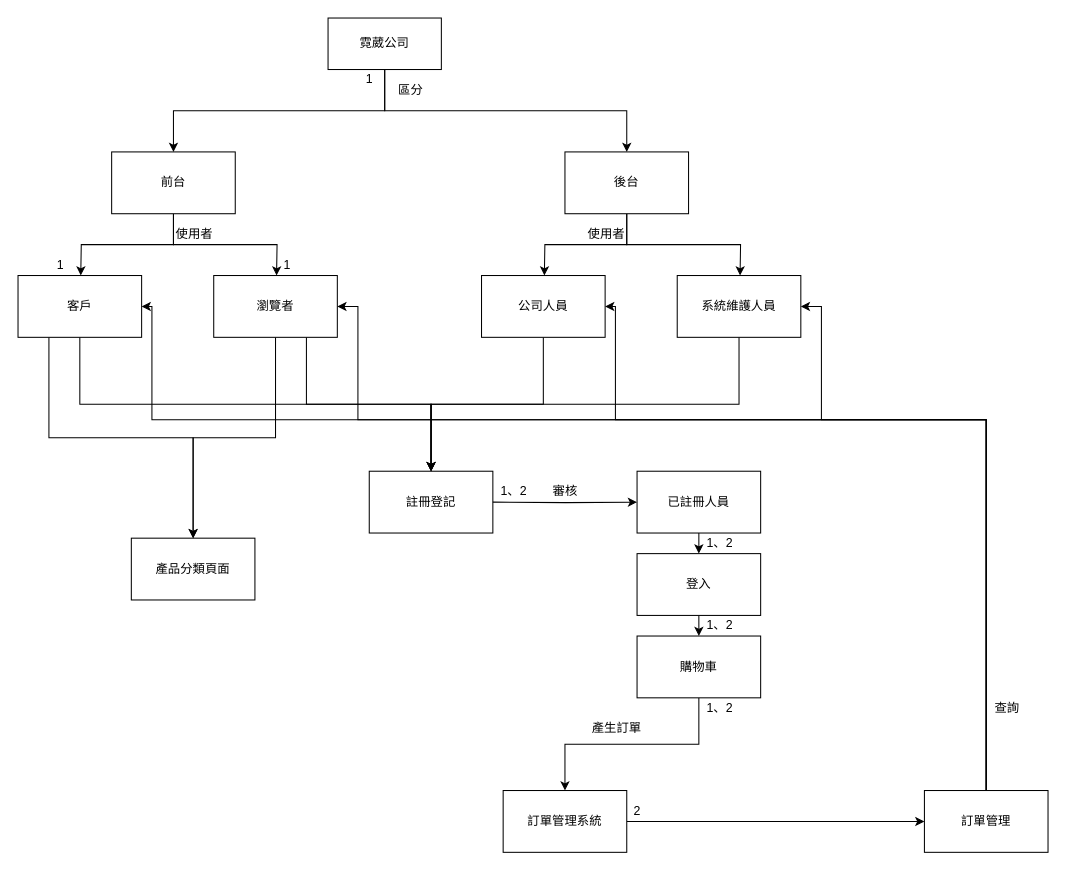
The draw.io diagram page "(d) 小題" (2 of 3) of sample1.drawio in Liyen0502/110-2Mid, before the edit. Source tidied: cells renumbered, new cells numbered last; positions are measured from the earlier drawing's top-left corner, leaving out a move shared by most shapes. Both pictures are drawn from the tidied source at 103%, with x=0, y=0 at pixel (18, 18).
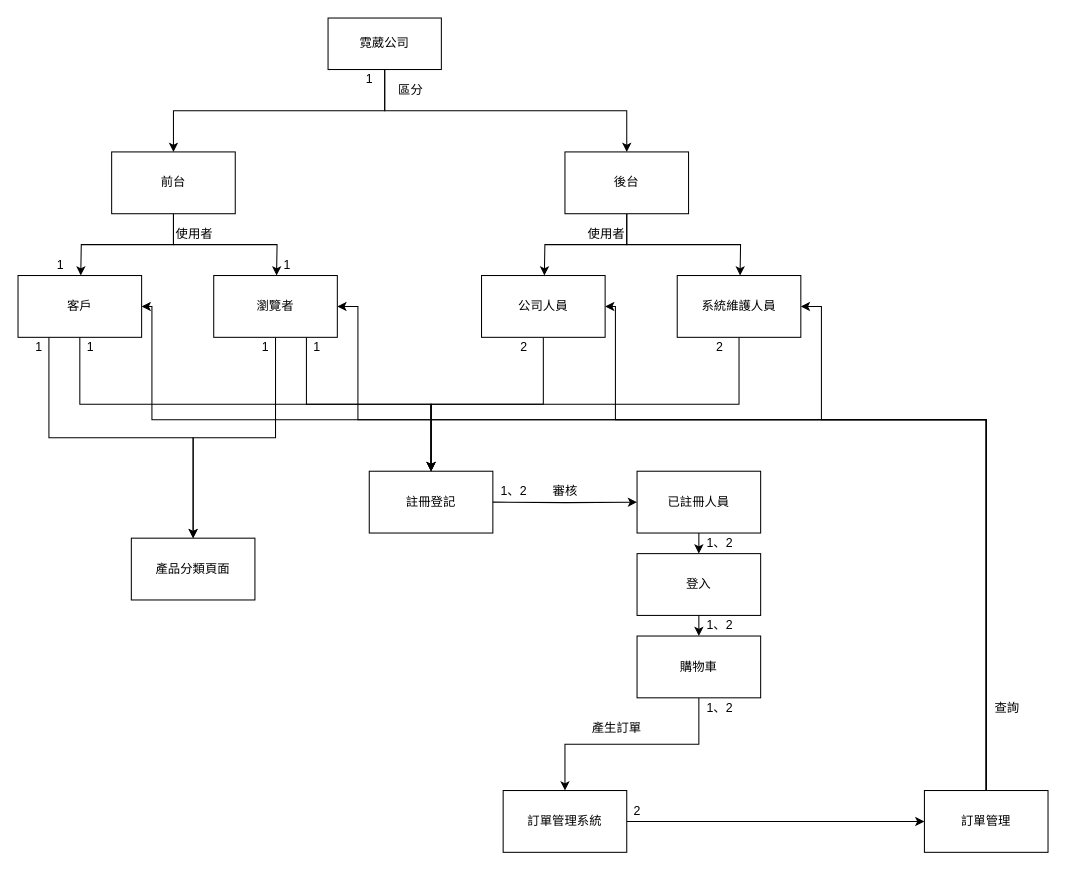
Above is the later version.

Change to the diagram source:
```diff
@@
+    <mxCell id="51" value="1" style="text;html=1;align=center;verticalAlign=middle;strokeColor=none;fillColor=none;" parent="1" vertex="1">
+      <mxGeometry x="60" y="310" width="20" height="20" as="geometry" />
+    </mxCell>
+    <mxCell id="52" value="1" style="text;html=1;align=center;verticalAlign=middle;strokeColor=none;fillColor=none;" parent="1" vertex="1">
+      <mxGeometry x="280" y="310" width="20" height="20" as="geometry" />
+    </mxCell>
+    <mxCell id="53" value="2" style="text;html=1;align=center;verticalAlign=middle;strokeColor=none;fillColor=none;" parent="1" vertex="1">
+      <mxGeometry x="481" y="310" width="20" height="20" as="geometry" />
+    </mxCell>
+    <mxCell id="54" value="2" style="text;html=1;align=center;verticalAlign=middle;strokeColor=none;fillColor=none;" parent="1" vertex="1">
+      <mxGeometry x="671" y="310" width="20" height="20" as="geometry" />
+    </mxCell>
+    <mxCell id="55" value="1" style="text;html=1;align=center;verticalAlign=middle;strokeColor=none;fillColor=none;" parent="1" vertex="1">
+      <mxGeometry x="10" y="310" width="20" height="20" as="geometry" />
+    </mxCell>
+    <mxCell id="56" value="1" style="text;html=1;align=center;verticalAlign=middle;strokeColor=none;fillColor=none;" parent="1" vertex="1">
+      <mxGeometry x="230" y="310" width="20" height="20" as="geometry" />
+    </mxCell>
```
